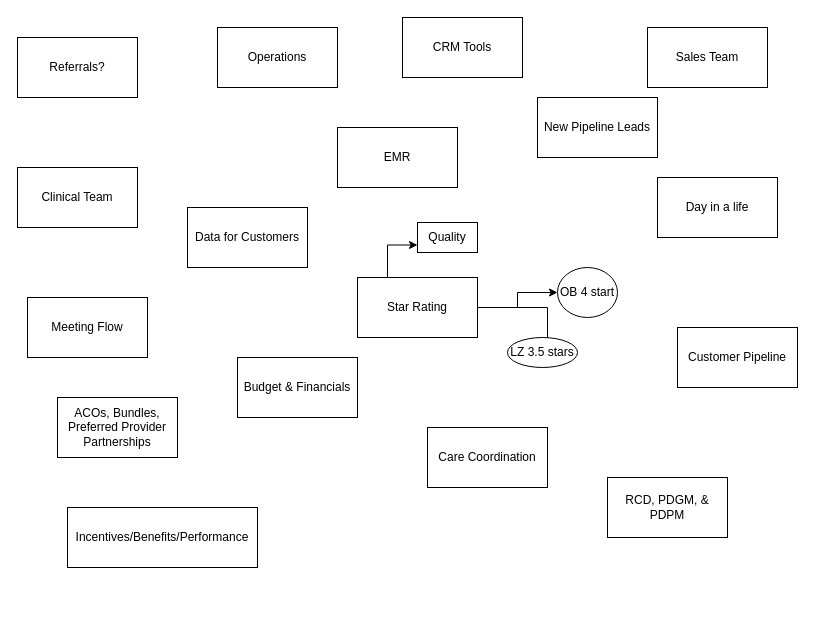
Before: Untitled Diagram.drawio in thinkabroad/hello-world, a draw.io diagram. Source tidied: cells renumbered, new cells numbered last; positions are measured from the earlier drawing's top-left corner, leaving out a move shared by most shapes. Both pictures are drawn from the tidied source at 100%, with x=0, y=0 at pixel (17, 17).
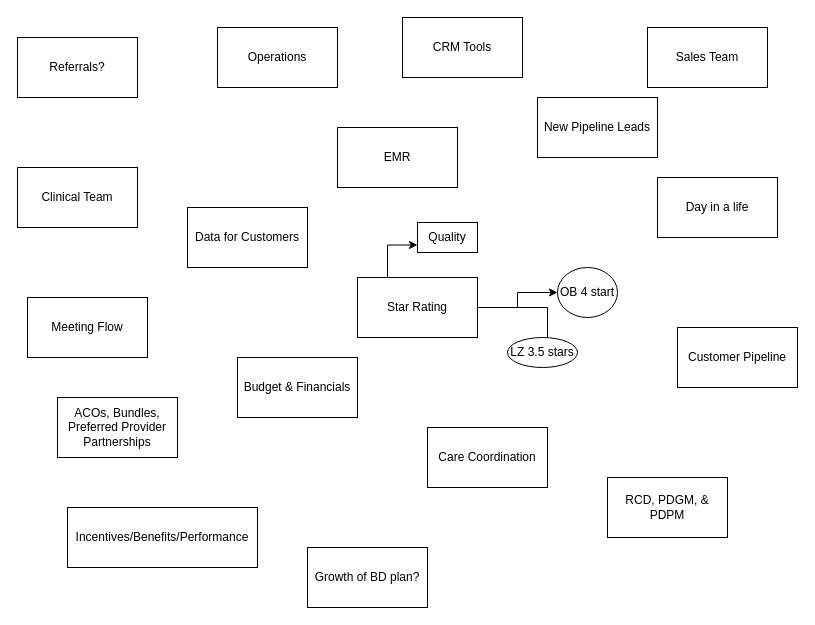
The same diagram, later.

The edit, as a diff of the source:
```diff
@@
+    <mxCell id="26" value="Growth of BD plan?" style="whiteSpace=wrap;html=1;" parent="1" vertex="1">
+      <mxGeometry x="290" y="530" width="120" height="60" as="geometry" />
+    </mxCell>
```
